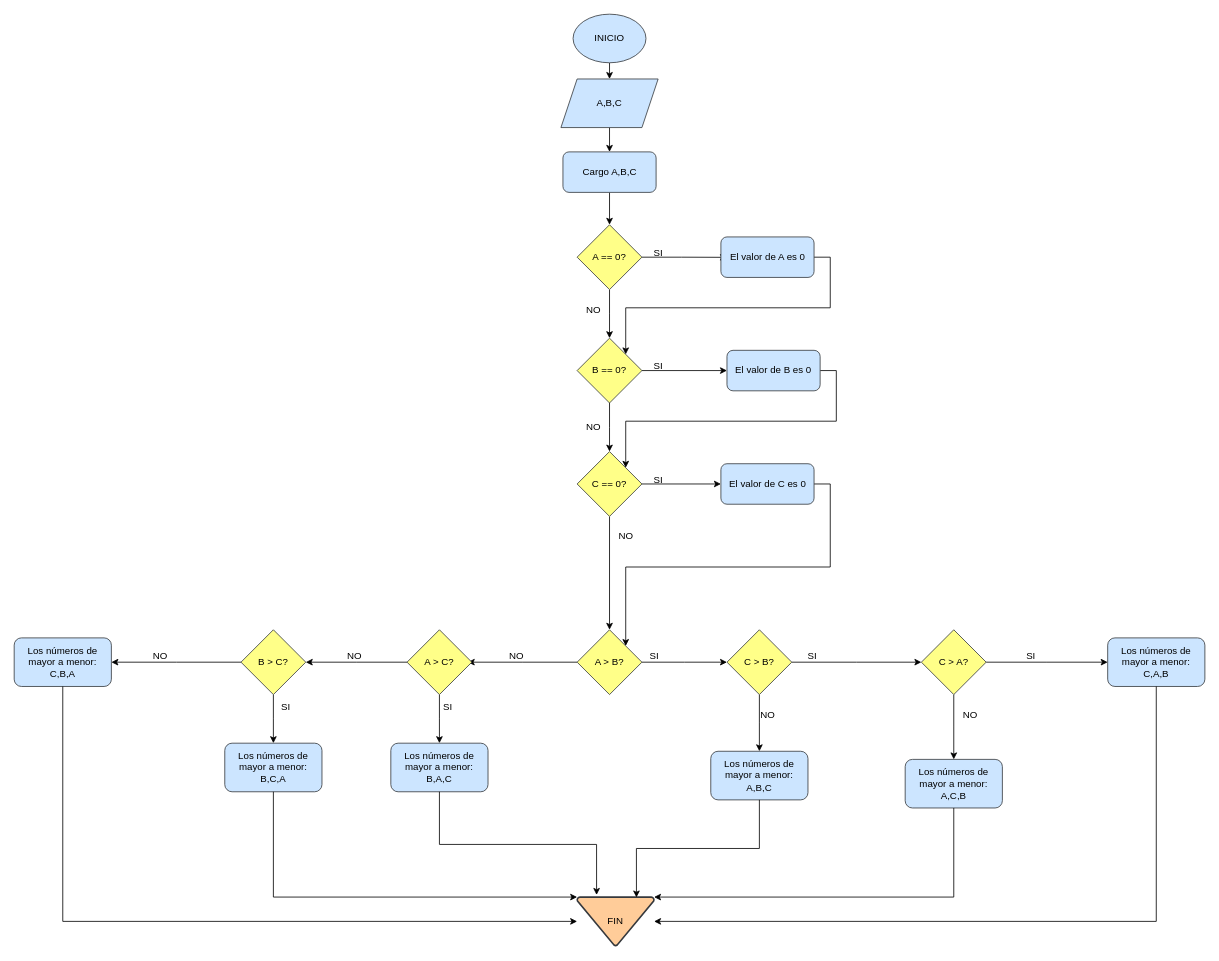
Earlier version of the draw.io diagram Practiva25.drawio (NahuelLV/Base-de-Datos). Source tidied: cells renumbered, new cells numbered last; positions are measured from the earlier drawing's top-left corner, leaving out a move shared by most shapes. Both pictures are drawn from the tidied source at 81%, with x=0, y=0 at pixel (14, 14).
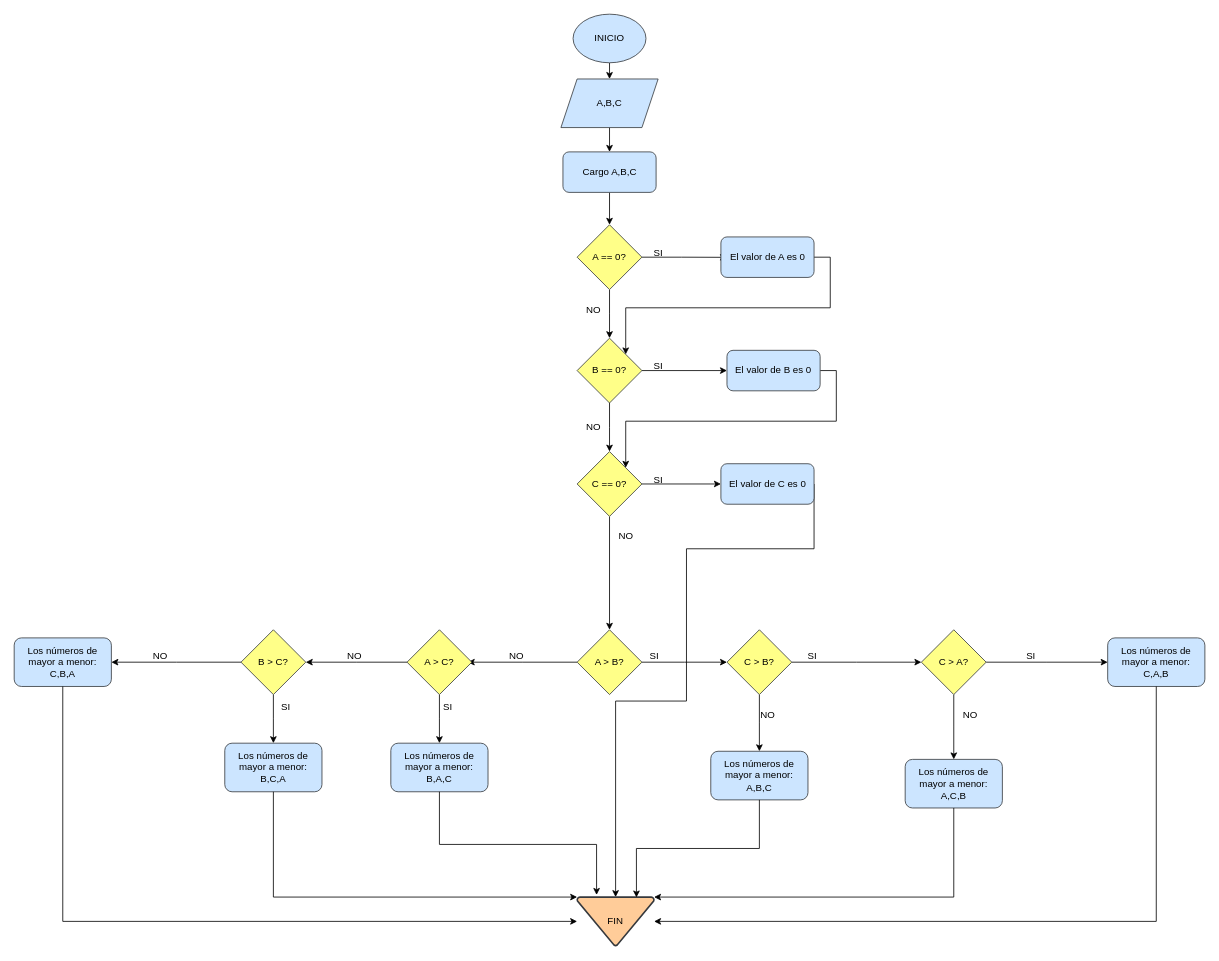
Above is the later version.

The change refers to these unchanged cells:
```xml
<mxCell id="10" value="A &amp;gt; B?" style="rhombus;whiteSpace=wrap;html=1;fillColor=#ffff88;strokeColor=#36393d;" parent="1" vertex="1">
  <mxGeometry x="695" y="760" width="80" height="80" as="geometry" />
</mxCell>
<mxCell id="59" value="El valor de C es 0" style="rounded=1;whiteSpace=wrap;html=1;fillColor=#cce5ff;strokeColor=#36393d;" parent="1" vertex="1">
  <mxGeometry x="872.5" y="555" width="115" height="50" as="geometry" />
</mxCell>
<mxCell id="60" value="FIN" style="strokeWidth=2;html=1;shape=mxgraph.flowchart.merge_or_storage;whiteSpace=wrap;fillColor=#ffcc99;strokeColor=#36393d;" parent="1" vertex="1">
  <mxGeometry x="695" y="1090" width="95" height="60" as="geometry" />
</mxCell>
```

Change to the diagram source:
```diff
@@
-    <mxCell id="58" style="edgeStyle=orthogonalEdgeStyle;rounded=0;jettySize=auto;html=1;exitX=1;exitY=0.5;exitDx=0;exitDy=0;entryX=1;entryY=0;entryDx=0;entryDy=0;" parent="1" edge="1" source="59" target="10">
-      <mxGeometry relative="1" as="geometry" />
+    <mxCell id="58" style="edgeStyle=orthogonalEdgeStyle;rounded=0;jettySize=auto;html=1;exitX=1;exitY=0.5;exitDx=0;exitDy=0;entryX=0.5;entryY=0;entryDx=0;entryDy=0;entryPerimeter=0;" parent="1" edge="1" source="59" target="60">
+      <mxGeometry relative="1" as="geometry">
+        <Array as="points">
+          <mxPoint x="987" y="660" />
+          <mxPoint x="830" y="660" />
+          <mxPoint x="830" y="848" />
+          <mxPoint x="743" y="848" />
+        </Array>
+      </mxGeometry>
     </mxCell>
```
